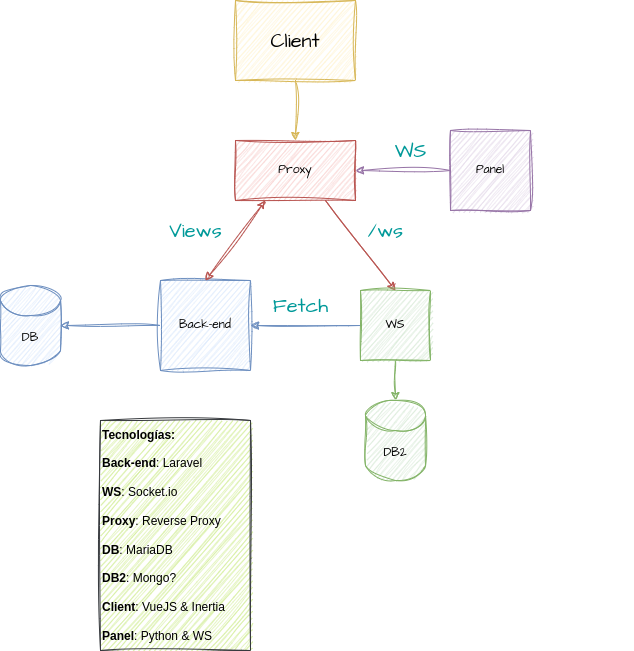
The draw.io diagram Estructura.png in Mikegdro/SolarPanelApp, before a commit. Source tidied: cells renumbered, new cells last; positions are measured from the earlier drawing's top-left corner, leaving out a move shared by most shapes.
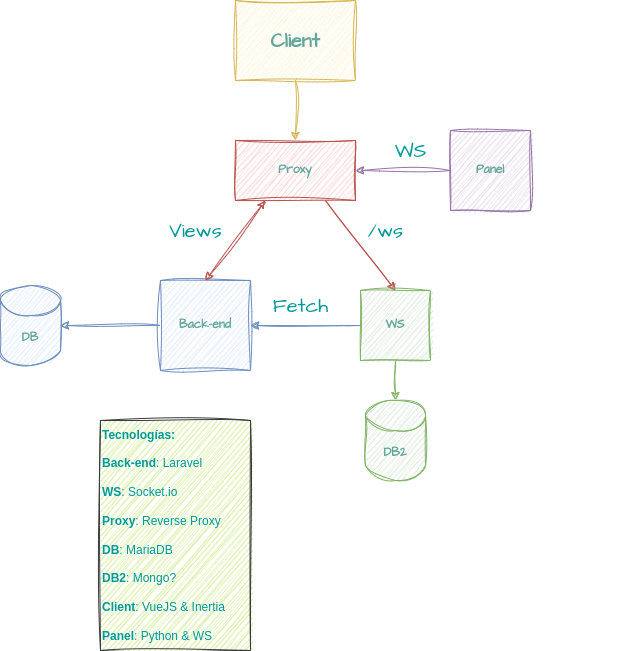
Above is the later version.

Change to the diagram source:
```diff
@@ -2,19 +2,19 @@
   <root>
     <mxCell id="0" />
     <mxCell id="1" parent="0" />
-    <mxCell id="2" value="DB" style="shape=cylinder3;whiteSpace=wrap;html=1;boundedLbl=1;backgroundOutline=1;size=15;labelBackgroundColor=none;fillColor=#dae8fc;strokeColor=#6c8ebf;sketch=1;curveFitting=1;jiggle=2;fontFamily=Architects Daughter;fontSource=https%3A%2F%2Ffonts.googleapis.com%2Fcss%3Ffamily%3DArchitects%2BDaughter;" parent="1" vertex="1">
+    <mxCell id="2" value="DB" style="shape=cylinder3;whiteSpace=wrap;html=1;boundedLbl=1;backgroundOutline=1;size=15;labelBackgroundColor=none;fillColor=#dae8fc;strokeColor=#6c8ebf;sketch=1;curveFitting=1;jiggle=2;fontFamily=Architects Daughter;fontSource=https%3A%2F%2Ffonts.googleapis.com%2Fcss%3Ffamily%3DArchitects%2BDaughter;fontColor=#64A69A;fontStyle=1;" parent="1" vertex="1">
       <mxGeometry y="285" width="60" height="80" as="geometry" />
     </mxCell>
     <mxCell id="3" style="edgeStyle=orthogonalEdgeStyle;rounded=0;jettySize=auto;html=1;exitX=0;exitY=0.5;exitDx=0;exitDy=0;entryX=1;entryY=0.5;entryDx=0;entryDy=0;labelBackgroundColor=none;strokeColor=#9673a6;fontColor=default;sketch=1;curveFitting=1;jiggle=2;fillColor=#e1d5e7;" parent="1" edge="1" source="4" target="9">
       <mxGeometry relative="1" as="geometry" />
     </mxCell>
-    <mxCell id="4" value="Panel" style="whiteSpace=wrap;html=1;labelBackgroundColor=none;fillColor=#e1d5e7;strokeColor=#9673a6;sketch=1;curveFitting=1;jiggle=2;fontFamily=Architects Daughter;fontSource=https%3A%2F%2Ffonts.googleapis.com%2Fcss%3Ffamily%3DArchitects%2BDaughter;" parent="1" vertex="1">
+    <mxCell id="4" value="Panel" style="whiteSpace=wrap;html=1;labelBackgroundColor=none;fillColor=#e1d5e7;strokeColor=#9673a6;sketch=1;curveFitting=1;jiggle=2;fontFamily=Architects Daughter;fontSource=https%3A%2F%2Ffonts.googleapis.com%2Fcss%3Ffamily%3DArchitects%2BDaughter;fontColor=#64A69A;fontStyle=1;" parent="1" vertex="1">
       <mxGeometry x="450" y="130" width="80" height="80" as="geometry" />
     </mxCell>
     <mxCell id="5" style="edgeStyle=none;rounded=0;jettySize=auto;html=1;exitX=0;exitY=0.5;exitDx=0;exitDy=0;entryX=1;entryY=0.5;entryDx=0;entryDy=0;entryPerimeter=0;labelBackgroundColor=none;strokeColor=#6c8ebf;fontColor=default;sketch=1;curveFitting=1;jiggle=2;fillColor=#dae8fc;" parent="1" edge="1" source="6" target="2">
       <mxGeometry relative="1" as="geometry" />
     </mxCell>
-    <mxCell id="6" value="Back-end" style="whiteSpace=wrap;html=1;labelBackgroundColor=none;fillColor=#dae8fc;strokeColor=#6c8ebf;sketch=1;curveFitting=1;jiggle=2;fontFamily=Architects Daughter;fontSource=https%3A%2F%2Ffonts.googleapis.com%2Fcss%3Ffamily%3DArchitects%2BDaughter;" parent="1" vertex="1">
+    <mxCell id="6" value="Back-end" style="whiteSpace=wrap;html=1;labelBackgroundColor=none;fillColor=#dae8fc;strokeColor=#6c8ebf;sketch=1;curveFitting=1;jiggle=2;fontFamily=Architects Daughter;fontSource=https%3A%2F%2Ffonts.googleapis.com%2Fcss%3Ffamily%3DArchitects%2BDaughter;fontColor=#64A69A;fontStyle=1;" parent="1" vertex="1">
       <mxGeometry x="160" y="280" width="90" height="90" as="geometry" />
     </mxCell>
     <mxCell id="7" style="edgeStyle=none;rounded=0;jettySize=auto;html=1;exitX=0.75;exitY=1;exitDx=0;exitDy=0;entryX=0.5;entryY=0;entryDx=0;entryDy=0;labelBackgroundColor=none;strokeColor=#b85450;fontColor=default;sketch=1;curveFitting=1;jiggle=2;fillColor=#f8cecc;" parent="1" edge="1" source="9">
@@ -25,7 +25,7 @@
     <mxCell id="8" style="rounded=0;sketch=1;hachureGap=4;jiggle=2;curveFitting=1;jettySize=auto;html=1;exitX=0.25;exitY=1;exitDx=0;exitDy=0;entryX=0.5;entryY=0;entryDx=0;entryDy=0;fontFamily=Architects Daughter;fontSource=https%3A%2F%2Ffonts.googleapis.com%2Fcss%3Ffamily%3DArchitects%2BDaughter;fontSize=16;fontColor=#2BF1FF;fillColor=#f8cecc;strokeColor=#b85450;endArrow=classic;endFill=1;startArrow=classic;startFill=1;" parent="1" edge="1" source="9" target="6">
       <mxGeometry relative="1" as="geometry" />
     </mxCell>
-    <mxCell id="9" value="Proxy" style="rounded=0;whiteSpace=wrap;html=1;labelBackgroundColor=none;fillColor=#f8cecc;strokeColor=#b85450;sketch=1;curveFitting=1;jiggle=2;fontFamily=Architects Daughter;fontSource=https%3A%2F%2Ffonts.googleapis.com%2Fcss%3Ffamily%3DArchitects%2BDaughter;" parent="1" vertex="1">
+    <mxCell id="9" value="Proxy" style="rounded=0;whiteSpace=wrap;html=1;labelBackgroundColor=none;fillColor=#f8cecc;strokeColor=#b85450;sketch=1;curveFitting=1;jiggle=2;fontFamily=Architects Daughter;fontSource=https%3A%2F%2Ffonts.googleapis.com%2Fcss%3Ffamily%3DArchitects%2BDaughter;fontColor=#64A69A;fontStyle=1;" parent="1" vertex="1">
       <mxGeometry x="235" y="140" width="120" height="60" as="geometry" />
     </mxCell>
     <mxCell id="10" style="edgeStyle=orthogonalEdgeStyle;rounded=0;jettySize=auto;html=1;exitX=0;exitY=0.5;exitDx=0;exitDy=0;entryX=1;entryY=0.5;entryDx=0;entryDy=0;labelBackgroundColor=none;strokeColor=#6c8ebf;fontColor=default;sketch=1;curveFitting=1;jiggle=2;fillColor=#dae8fc;" parent="1" edge="1" target="6">
@@ -36,19 +36,19 @@
     <mxCell id="11" style="text;html=1;align=center;verticalAlign=middle;labelBackgroundColor=none;fontColor=#5AA9E6;sketch=1;curveFitting=1;jiggle=2;" parent="1" vertex="1">
       <mxGeometry x="583" y="468" width="50" height="30" as="geometry" />
     </mxCell>
-    <mxCell id="12" value="&lt;b&gt;Tecnologías:&lt;br&gt;&lt;br&gt;Back-end&lt;/b&gt;: Laravel&lt;br&gt;&lt;br&gt;&lt;b&gt;WS&lt;/b&gt;: Socket.io&lt;br&gt;&lt;br&gt;&lt;b&gt;Proxy&lt;/b&gt;: Reverse Proxy&lt;br&gt;&lt;br&gt;&lt;b&gt;DB&lt;/b&gt;: MariaDB&lt;br&gt;&lt;br&gt;&lt;b&gt;DB2&lt;/b&gt;: Mongo?&lt;br&gt;&lt;br&gt;&lt;b&gt;Client&lt;/b&gt;: VueJS &amp;amp; Inertia&lt;br&gt;&lt;br&gt;&lt;b&gt;Panel&lt;/b&gt;: Python &amp;amp; WS" style="text;html=1;align=left;verticalAlign=middle;labelBackgroundColor=none;sketch=1;curveFitting=1;jiggle=2;fillColor=#cdeb8b;strokeColor=#36393d;" parent="1" vertex="1">
+    <mxCell id="12" value="&lt;b&gt;Tecnologías:&lt;br&gt;&lt;br&gt;Back-end&lt;/b&gt;: Laravel&lt;br&gt;&lt;br&gt;&lt;b&gt;WS&lt;/b&gt;: Socket.io&lt;br&gt;&lt;br&gt;&lt;b&gt;Proxy&lt;/b&gt;: Reverse Proxy&lt;br&gt;&lt;br&gt;&lt;b&gt;DB&lt;/b&gt;: MariaDB&lt;br&gt;&lt;br&gt;&lt;b&gt;DB2&lt;/b&gt;: Mongo?&lt;br&gt;&lt;br&gt;&lt;b&gt;Client&lt;/b&gt;: VueJS &amp;amp; Inertia&lt;br&gt;&lt;br&gt;&lt;b&gt;Panel&lt;/b&gt;: Python &amp;amp; WS" style="text;html=1;align=left;verticalAlign=middle;labelBackgroundColor=none;sketch=1;curveFitting=1;jiggle=2;fillColor=#cdeb8b;strokeColor=#36393d;fontColor=#009999;" parent="1" vertex="1">
       <mxGeometry x="100" y="420" width="150" height="230" as="geometry" />
     </mxCell>
     <mxCell id="13" style="edgeStyle=orthogonalEdgeStyle;rounded=0;sketch=1;hachureGap=4;jiggle=2;curveFitting=1;jettySize=auto;html=1;exitX=0.5;exitY=1;exitDx=0;exitDy=0;entryX=0.5;entryY=0;entryDx=0;entryDy=0;entryPerimeter=0;fontFamily=Architects Daughter;fontSource=https%3A%2F%2Ffonts.googleapis.com%2Fcss%3Ffamily%3DArchitects%2BDaughter;fontSize=16;fillColor=#d5e8d4;strokeColor=#82b366;" parent="1" edge="1" source="14" target="21">
       <mxGeometry relative="1" as="geometry" />
     </mxCell>
-    <mxCell id="14" value="WS" style="whiteSpace=wrap;html=1;labelBackgroundColor=none;fillColor=#d5e8d4;strokeColor=#82b366;sketch=1;curveFitting=1;jiggle=2;fontFamily=Architects Daughter;fontSource=https%3A%2F%2Ffonts.googleapis.com%2Fcss%3Ffamily%3DArchitects%2BDaughter;" parent="1" vertex="1">
+    <mxCell id="14" value="WS" style="whiteSpace=wrap;html=1;labelBackgroundColor=none;fillColor=#d5e8d4;strokeColor=#82b366;sketch=1;curveFitting=1;jiggle=2;fontFamily=Architects Daughter;fontSource=https%3A%2F%2Ffonts.googleapis.com%2Fcss%3Ffamily%3DArchitects%2BDaughter;fontColor=#64A69A;fontStyle=1;" parent="1" vertex="1">
       <mxGeometry x="360" y="290" width="70" height="70" as="geometry" />
     </mxCell>
     <mxCell id="15" style="edgeStyle=none;rounded=0;sketch=1;hachureGap=4;jiggle=2;curveFitting=1;jettySize=auto;html=1;exitX=0.5;exitY=1;exitDx=0;exitDy=0;entryX=0.5;entryY=0;entryDx=0;entryDy=0;fontFamily=Architects Daughter;fontSource=https%3A%2F%2Ffonts.googleapis.com%2Fcss%3Ffamily%3DArchitects%2BDaughter;fontSize=16;fontColor=#2BF1FF;fillColor=#fff2cc;strokeColor=#d6b656;" parent="1" edge="1" source="16" target="9">
       <mxGeometry relative="1" as="geometry" />
     </mxCell>
-    <mxCell id="16" value="Client" style="rounded=0;whiteSpace=wrap;html=1;sketch=1;hachureGap=4;jiggle=2;curveFitting=1;fontFamily=Architects Daughter;fontSource=https%3A%2F%2Ffonts.googleapis.com%2Fcss%3Ffamily%3DArchitects%2BDaughter;fontSize=20;fillColor=#fff2cc;strokeColor=#d6b656;" parent="1" vertex="1">
+    <mxCell id="16" value="Client" style="rounded=0;whiteSpace=wrap;html=1;sketch=1;hachureGap=4;jiggle=2;curveFitting=1;fontFamily=Architects Daughter;fontSource=https%3A%2F%2Ffonts.googleapis.com%2Fcss%3Ffamily%3DArchitects%2BDaughter;fontSize=20;fillColor=#fff2cc;strokeColor=#d6b656;fontColor=#64A69A;fontStyle=1;" parent="1" vertex="1">
       <mxGeometry x="235" width="120" height="80" as="geometry" />
     </mxCell>
     <mxCell id="17" value="&lt;font color=&quot;#009999&quot;&gt;WS&lt;/font&gt;" style="text;html=1;align=center;verticalAlign=middle;strokeColor=none;fillColor=none;fontSize=20;fontFamily=Architects Daughter;fontColor=#2BF1FF;" parent="1" vertex="1">
@@ -63,7 +63,7 @@
     <mxCell id="20" value="Views" style="text;html=1;align=center;verticalAlign=middle;strokeColor=none;fillColor=none;fontSize=20;fontFamily=Architects Daughter;fontColor=#009999;" parent="1" vertex="1">
       <mxGeometry x="155" y="210" width="80" height="40" as="geometry" />
     </mxCell>
-    <mxCell id="21" value="DB2" style="shape=cylinder3;whiteSpace=wrap;html=1;boundedLbl=1;backgroundOutline=1;size=15;labelBackgroundColor=none;fillColor=#d5e8d4;strokeColor=#82b366;sketch=1;curveFitting=1;jiggle=2;fontFamily=Architects Daughter;fontSource=https%3A%2F%2Ffonts.googleapis.com%2Fcss%3Ffamily%3DArchitects%2BDaughter;" parent="1" vertex="1">
+    <mxCell id="21" value="DB2" style="shape=cylinder3;whiteSpace=wrap;html=1;boundedLbl=1;backgroundOutline=1;size=15;labelBackgroundColor=none;fillColor=#d5e8d4;strokeColor=#82b366;sketch=1;curveFitting=1;jiggle=2;fontFamily=Architects Daughter;fontSource=https%3A%2F%2Ffonts.googleapis.com%2Fcss%3Ffamily%3DArchitects%2BDaughter;fontColor=#64A69A;fontStyle=1;" parent="1" vertex="1">
       <mxGeometry x="365" y="400" width="60" height="80" as="geometry" />
     </mxCell>
   </root>
```
